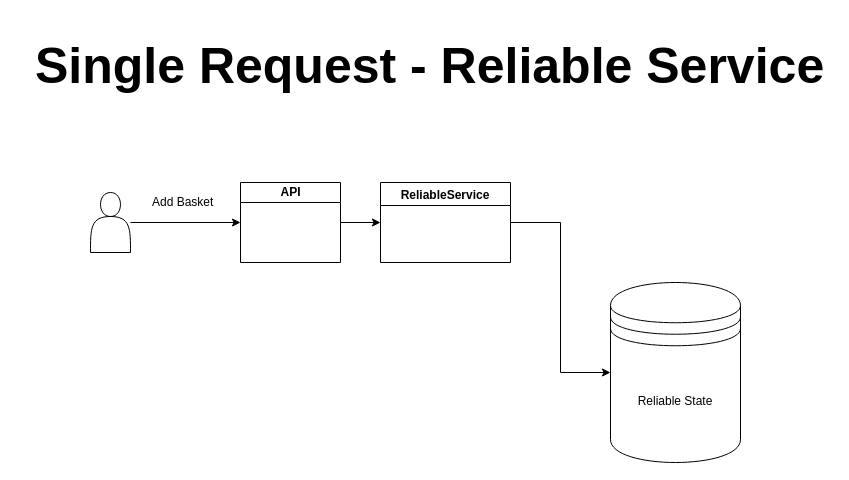
Above: page "Single Request" (1 of 4) of Service Fabric Actor Quickstart.drawio in gitlo/servicefabricactor (draw.io), before the change. Source tidied: cells renumbered, new cells numbered last; positions are measured from the earlier drawing's top-left corner, leaving out a move shared by most shapes. Both pictures are drawn from the tidied source at 100%, with x=0, y=0 at pixel (33, 17).
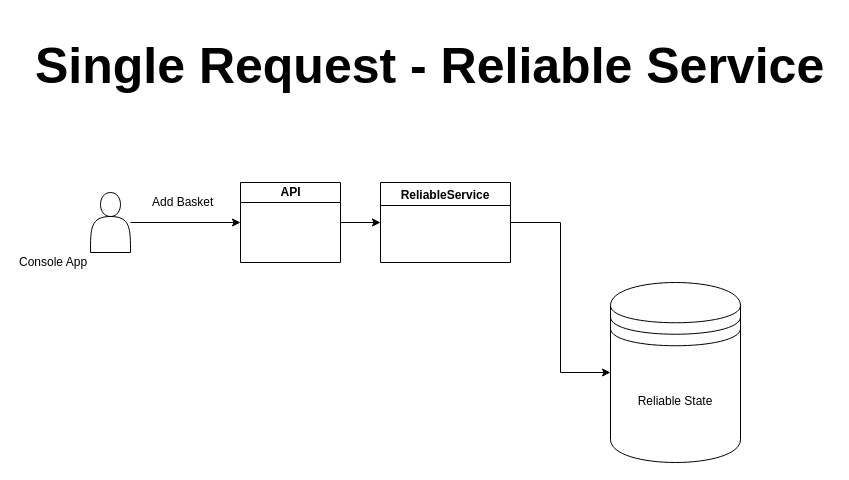
The same diagram, later.

What changed in the source:
```diff
@@
 <mxGraphModel>
   <root>
     <mxCell id="0" />
     <mxCell id="1" parent="0" />
     <mxCell id="2" style="edgeStyle=orthogonalEdgeStyle;rounded=0;jettySize=auto;html=1;" parent="1" edge="1" source="3" target="5">
       <mxGeometry relative="1" as="geometry" />
     </mxCell>
     <mxCell id="3" style="shape=actor;whiteSpace=wrap;html=1;" parent="1" vertex="1">
       <mxGeometry x="57" y="175" width="40" height="60" as="geometry" />
     </mxCell>
     <mxCell id="4" style="edgeStyle=orthogonalEdgeStyle;rounded=0;jettySize=auto;html=1;" parent="1" edge="1" source="5" target="7">
       <mxGeometry relative="1" as="geometry" />
     </mxCell>
     <mxCell id="5" value="API" style="swimlane;html=1;startSize=20;horizontal=1;containerType=tree;" parent="1" vertex="1">
       <mxGeometry x="207" y="165" width="100" height="80" as="geometry" />
     </mxCell>
     <mxCell id="6" style="edgeStyle=orthogonalEdgeStyle;rounded=0;jettySize=auto;html=1;entryX=0;entryY=0.5;entryDx=0;entryDy=0;" parent="1" edge="1" source="7" target="8">
       <mxGeometry relative="1" as="geometry" />
     </mxCell>
     <mxCell id="7" value="ReliableService" style="swimlane;" parent="1" vertex="1">
       <mxGeometry x="347" y="165" width="130" height="80" as="geometry" />
     </mxCell>
     <mxCell id="8" value="Reliable State" style="shape=datastore;whiteSpace=wrap;html=1;" parent="1" vertex="1">
       <mxGeometry x="577" y="265" width="130" height="180" as="geometry" />
     </mxCell>
     <mxCell id="9" value="Add Basket" style="text;html=1;align=left;verticalAlign=top;spacingTop=-4;" parent="1" vertex="1">
       <mxGeometry x="117" y="175" width="80" height="20" as="geometry" />
     </mxCell>
     <mxCell id="10" value="&lt;h1&gt;&lt;font style=&quot;font-size: 50px&quot;&gt;Single Request - Reliable Service&lt;/font&gt;&lt;/h1&gt;" style="text;html=1;align=left;verticalAlign=top;spacingTop=-4;" parent="1" vertex="1">
       <mxGeometry width="799" height="56" as="geometry" />
     </mxCell>
+    <mxCell id="11" value="Console App&lt;br&gt;" style="text;html=1;align=left;verticalAlign=top;spacingTop=-4;" parent="1" vertex="1">
+      <mxGeometry x="-16" y="235" width="78" height="14" as="geometry" />
+    </mxCell>
   </root>
 </mxGraphModel>
```
